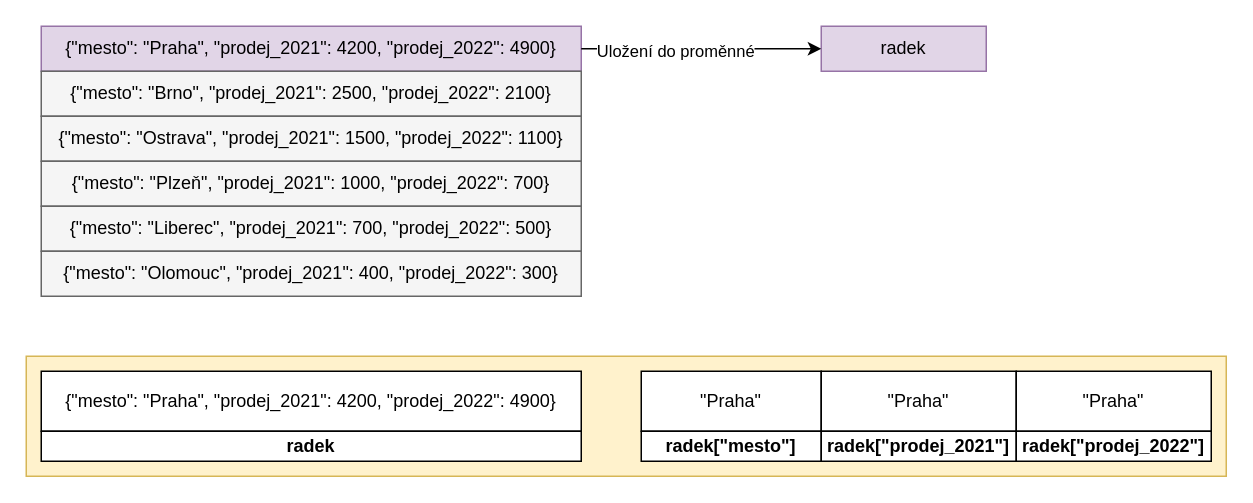
Above: page "prubeh_1_slovnik" (2 of 11) of assets/Cyklus.drawio in pesikj/da-python-pp24 (draw.io), before the change. Source tidied: cells renumbered, new cells numbered last; positions are measured from the earlier drawing's top-left corner, leaving out a move shared by most shapes. Both pictures are drawn from the tidied source at 150%, with x=0, y=0 at pixel (26, 26).
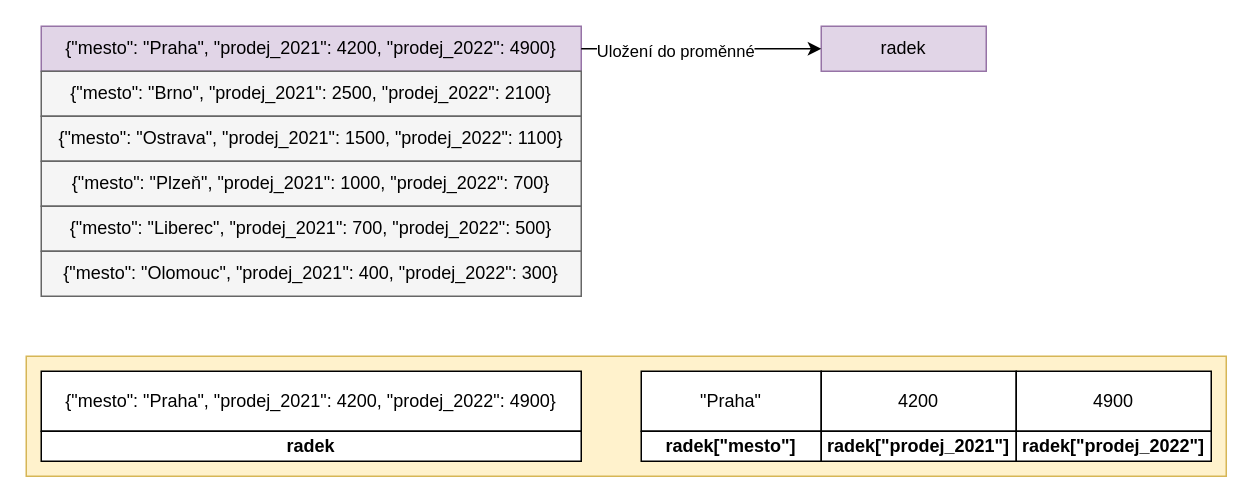
After the change.

What changed in the source:
```diff
@@
 <mxGraphModel>
   <root>
     <mxCell id="0" />
     <mxCell id="1" parent="0" />
     <mxCell id="2" style="rounded=0;whiteSpace=wrap;html=1;fillColor=#fff2cc;strokeColor=#d6b656;" parent="1" vertex="1">
       <mxGeometry y="220" width="800" height="80" as="geometry" />
     </mxCell>
     <mxCell id="3" value="{&quot;mesto&quot;: &quot;Praha&quot;, &quot;prodej_2021&quot;: 4200, &quot;prodej_2022&quot;: 4900}" style="rounded=0;whiteSpace=wrap;html=1;" parent="1" vertex="1">
       <mxGeometry x="10" y="230" width="360" height="40" as="geometry" />
     </mxCell>
     <mxCell id="4" value="radek" style="rounded=0;whiteSpace=wrap;html=1;fontStyle=1;" parent="1" vertex="1">
       <mxGeometry x="10" y="270" width="360" height="20" as="geometry" />
     </mxCell>
     <mxCell id="5" value="&quot;Praha&quot;" style="rounded=0;whiteSpace=wrap;html=1;" parent="1" vertex="1">
       <mxGeometry x="410" y="230" width="120" height="40" as="geometry" />
     </mxCell>
     <mxCell id="6" value="radek[&quot;mesto&quot;]" style="rounded=0;whiteSpace=wrap;html=1;fontStyle=1;" parent="1" vertex="1">
       <mxGeometry x="410" y="270" width="120" height="20" as="geometry" />
     </mxCell>
     <mxCell id="7" value="{&quot;mesto&quot;: &quot;Praha&quot;, &quot;prodej_2021&quot;: 4200, &quot;prodej_2022&quot;: 4900}" style="rounded=0;whiteSpace=wrap;html=1;fillColor=#e1d5e7;strokeColor=#9673a6;" parent="1" vertex="1">
       <mxGeometry x="10" width="360" height="30" as="geometry" />
     </mxCell>
     <mxCell id="8" value="&lt;span style=&quot;color: rgb(0, 0, 0);&quot;&gt;{&quot;mesto&quot;: &quot;Brno&quot;, &quot;prodej_2021&quot;: 2500, &quot;prodej_2022&quot;: 2100}&lt;/span&gt;" style="rounded=0;whiteSpace=wrap;html=1;fillColor=#f5f5f5;strokeColor=#666666;fontColor=#333333;" parent="1" vertex="1">
       <mxGeometry x="10" y="30" width="360" height="30" as="geometry" />
     </mxCell>
     <mxCell id="9" value="&lt;span style=&quot;color: rgb(0, 0, 0);&quot;&gt;{&quot;mesto&quot;: &quot;Ostrava&quot;, &quot;prodej_2021&quot;: 1500, &quot;prodej_2022&quot;: 1100}&lt;/span&gt;" style="rounded=0;whiteSpace=wrap;html=1;fillColor=#f5f5f5;strokeColor=#666666;fontColor=#333333;" parent="1" vertex="1">
       <mxGeometry x="10" y="60" width="360" height="30" as="geometry" />
     </mxCell>
     <mxCell id="10" value="&lt;span style=&quot;color: rgb(0, 0, 0);&quot;&gt;{&quot;mesto&quot;: &quot;Plzeň&quot;, &quot;prodej_2021&quot;: 1000, &quot;prodej_2022&quot;: 700}&lt;/span&gt;" style="rounded=0;whiteSpace=wrap;html=1;fillColor=#f5f5f5;strokeColor=#666666;fontColor=#333333;" parent="1" vertex="1">
       <mxGeometry x="10" y="90" width="360" height="30" as="geometry" />
     </mxCell>
     <mxCell id="11" value="&lt;span style=&quot;color: rgb(0, 0, 0);&quot;&gt;{&quot;mesto&quot;: &quot;Liberec&quot;, &quot;prodej_2021&quot;: 700, &quot;prodej_2022&quot;: 500}&lt;/span&gt;" style="rounded=0;whiteSpace=wrap;html=1;fillColor=#f5f5f5;strokeColor=#666666;fontColor=#333333;" parent="1" vertex="1">
       <mxGeometry x="10" y="120" width="360" height="30" as="geometry" />
     </mxCell>
     <mxCell id="12" value="&lt;span style=&quot;color: rgb(0, 0, 0);&quot;&gt;{&quot;mesto&quot;: &quot;Olomouc&quot;, &quot;prodej_2021&quot;: 400, &quot;prodej_2022&quot;: 300}&lt;/span&gt;" style="rounded=0;whiteSpace=wrap;html=1;fillColor=#f5f5f5;strokeColor=#666666;fontColor=#333333;" parent="1" vertex="1">
       <mxGeometry x="10" y="150" width="360" height="30" as="geometry" />
     </mxCell>
     <mxCell id="13" value="radek" style="rounded=0;whiteSpace=wrap;html=1;fillColor=#e1d5e7;strokeColor=#9673a6;" parent="1" vertex="1">
       <mxGeometry x="530" width="110" height="30" as="geometry" />
     </mxCell>
     <mxCell id="14" style="endArrow=classic;html=1;rounded=0;exitX=1;exitY=0.5;exitDx=0;exitDy=0;entryX=0;entryY=0.5;entryDx=0;entryDy=0;" parent="1" edge="1" source="7" target="13">
       <mxGeometry relative="1" as="geometry" />
     </mxCell>
     <mxCell id="15" value="Uložení do proměnné" style="edgeLabel;html=1;align=center;verticalAlign=middle;" parent="14" vertex="1">
       <mxGeometry x="-0.22" y="-1" relative="1" as="geometry" />
     </mxCell>
-    <mxCell id="16" value="&quot;Praha&quot;" style="rounded=0;whiteSpace=wrap;html=1;" parent="1" vertex="1">
+    <mxCell id="16" value="4200" style="rounded=0;whiteSpace=wrap;html=1;" parent="1" vertex="1">
       <mxGeometry x="530" y="230" width="130" height="40" as="geometry" />
     </mxCell>
     <mxCell id="17" value="radek[&quot;prodej_2021&quot;]" style="rounded=0;whiteSpace=wrap;html=1;fontStyle=1;" parent="1" vertex="1">
       <mxGeometry x="530" y="270" width="130" height="20" as="geometry" />
     </mxCell>
-    <mxCell id="18" value="&quot;Praha&quot;" style="rounded=0;whiteSpace=wrap;html=1;" parent="1" vertex="1">
+    <mxCell id="18" value="4900" style="rounded=0;whiteSpace=wrap;html=1;" parent="1" vertex="1">
       <mxGeometry x="660" y="230" width="130" height="40" as="geometry" />
     </mxCell>
     <mxCell id="19" value="radek[&quot;prodej_2022&quot;]" style="rounded=0;whiteSpace=wrap;html=1;fontStyle=1;" parent="1" vertex="1">
       <mxGeometry x="660" y="270" width="130" height="20" as="geometry" />
     </mxCell>
   </root>
 </mxGraphModel>
```
